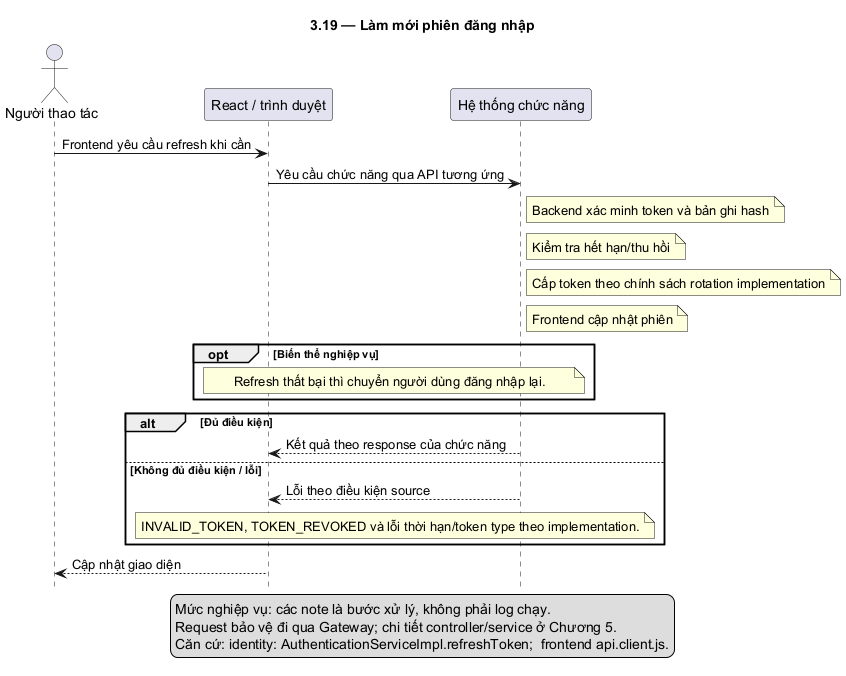
Earlier version of the PlantUML export docs/diagrams/plantuml/Hình_3.19__Làm_mới_phiên_đăng_nhập.png (nguyenminhtri15022006-art/LMS). Source of this version:
```plantuml
@startuml
skinparam defaultFontName DejaVu Sans
skinparam shadowing false
hide footbox
title 3.19 — Làm mới phiên đăng nhập
actor "Người thao tác" as U
participant "React / trình duyệt" as F
participant "Hệ thống chức năng" as B
U -> F: Frontend yêu cầu refresh khi cần
F -> B: Yêu cầu chức năng qua API tương ứng
note right of B: Backend xác minh token và bản ghi hash
note right of B: Kiểm tra hết hạn/thu hồi
note right of B: Cấp token theo chính sách rotation implementation
note right of B: Frontend cập nhật phiên
opt Biến thể nghiệp vụ
note over F,B: Refresh thất bại thì chuyển người dùng đăng nhập lại.
end
alt Đủ điều kiện
B --> F: Kết quả theo response của chức năng
else Không đủ điều kiện / lỗi
B --> F: Lỗi theo điều kiện source
note over F,B: INVALID_TOKEN, TOKEN_REVOKED và lỗi thời hạn/token type theo implementation.
end
F --> U: Cập nhật giao diện
legend bottom
Mức nghiệp vụ: các note là bước xử lý, không phải log chạy.
Request bảo vệ đi qua Gateway; chi tiết controller/service ở Chương 5.
Căn cứ: identity: AuthenticationServiceImpl.refreshToken;  frontend api.client.js.
endlegend
@enduml
```
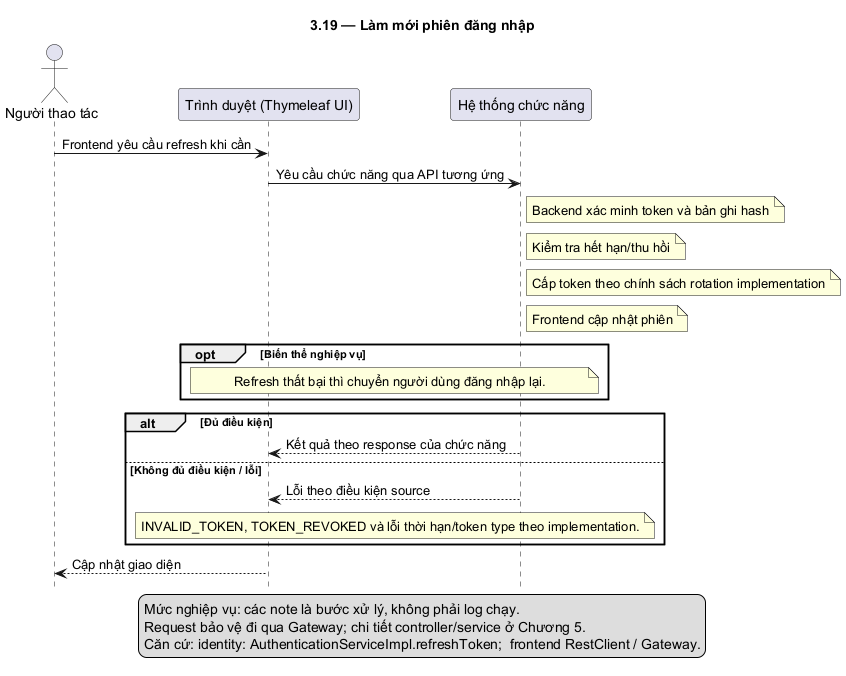
After the change.

Change to the diagram source:
```diff
@@ -4,7 +4,7 @@
 hide footbox
 title 3.19 — Làm mới phiên đăng nhập
 actor "Người thao tác" as U
-participant "React / trình duyệt" as F
+participant "Trình duyệt (Thymeleaf UI)" as F
 participant "Hệ thống chức năng" as B
 U -> F: Frontend yêu cầu refresh khi cần
 F -> B: Yêu cầu chức năng qua API tương ứng
@@ -25,6 +25,6 @@
 legend bottom
 Mức nghiệp vụ: các note là bước xử lý, không phải log chạy.
 Request bảo vệ đi qua Gateway; chi tiết controller/service ở Chương 5.
-Căn cứ: identity: AuthenticationServiceImpl.refreshToken;  frontend api.client.js.
+Căn cứ: identity: AuthenticationServiceImpl.refreshToken;  frontend RestClient / Gateway.
 endlegend
 @enduml
```
